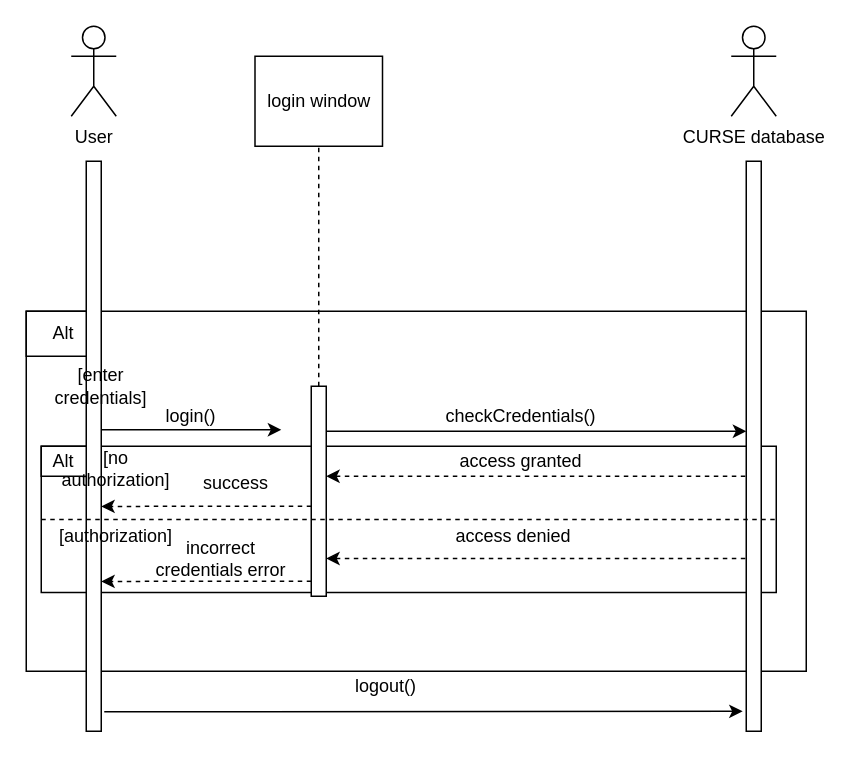
Earlier version of the draw.io diagram models/sequence_login_logout.drawio (stpilks99/APC-Assignment-5). Source tidied: cells renumbered, new cells numbered last; positions are measured from the earlier drawing's top-left corner, leaving out a move shared by most shapes. Both pictures are drawn from the tidied source at 150%, with x=0, y=0 at pixel (26, 26).
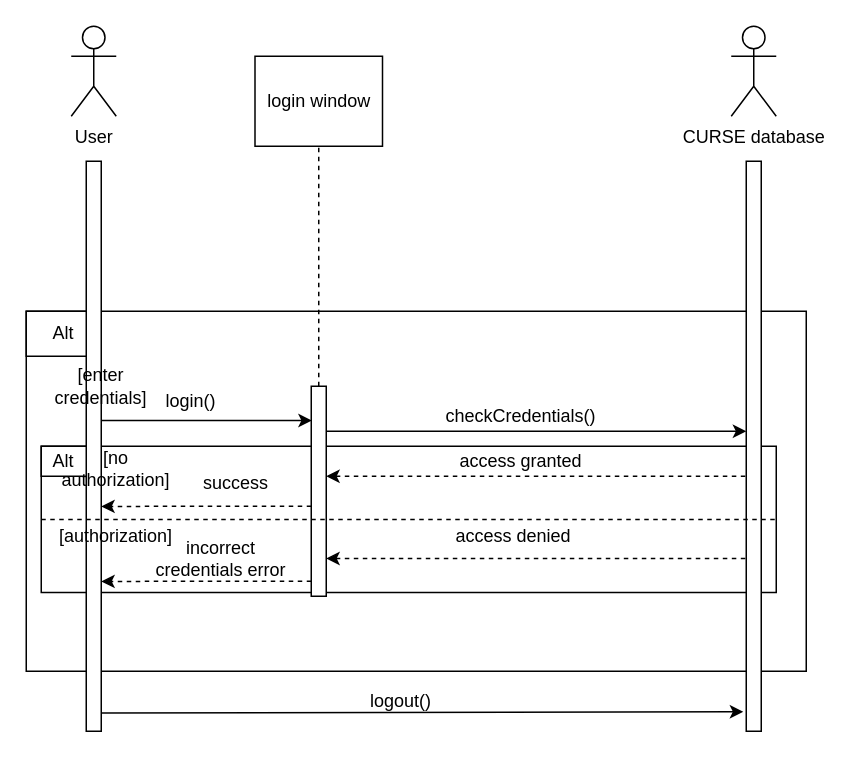
Above is the later version.

The change refers to these unchanged cells:
```xml
<mxCell id="13" style="rounded=0;whiteSpace=wrap;html=1;" parent="1" vertex="1">
  <mxGeometry x="480" y="90" width="10" height="380" as="geometry" />
</mxCell>
<mxCell id="16" style="rounded=0;whiteSpace=wrap;html=1;" parent="1" vertex="1">
  <mxGeometry x="190" y="240" width="10" height="140" as="geometry" />
</mxCell>
<mxCell id="17" style="rounded=0;whiteSpace=wrap;html=1;" parent="1" vertex="1">
  <mxGeometry x="40" y="90" width="10" height="380" as="geometry" />
</mxCell>
```

Change to the diagram source:
```diff
@@
-    <mxCell id="8" style="endArrow=classic;html=1;exitX=1.044;exitY=0.471;exitDx=0;exitDy=0;exitPerimeter=0;" parent="1" edge="1" source="17">
-      <mxGeometry relative="1" as="geometry">
-        <mxPoint x="170" y="269" as="targetPoint" />
-      </mxGeometry>
+    <mxCell id="8" style="endArrow=classic;html=1;exitX=1.002;exitY=0.455;exitDx=0;exitDy=0;exitPerimeter=0;entryX=0.037;entryY=0.163;entryDx=0;entryDy=0;entryPerimeter=0;" parent="1" edge="1" source="17" target="16">
+      <mxGeometry relative="1" as="geometry" />
     </mxCell>
     <mxCell id="9" value="login()" style="text;html=1;strokeColor=none;fillColor=none;align=center;verticalAlign=middle;whiteSpace=wrap;rounded=0;" parent="1" vertex="1">
-      <mxGeometry x="90" y="250" width="40" height="20" as="geometry" />
+      <mxGeometry x="90" y="240" width="40" height="20" as="geometry" />
     </mxCell>
@@
-    <mxCell id="29" style="endArrow=classic;html=1;entryX=-0.238;entryY=0.965;entryDx=0;entryDy=0;entryPerimeter=0;" parent="1" edge="1" target="13">
+    <mxCell id="29" style="endArrow=classic;html=1;exitX=1.028;exitY=0.968;exitDx=0;exitDy=0;exitPerimeter=0;" parent="1" edge="1" source="17">
       <mxGeometry relative="1" as="geometry">
-        <mxPoint x="52" y="457" as="sourcePoint" />
+        <mxPoint x="478" y="457" as="targetPoint" />
       </mxGeometry>
     </mxCell>
     <mxCell id="30" value="logout()" style="text;html=1;strokeColor=none;fillColor=none;align=center;verticalAlign=middle;whiteSpace=wrap;rounded=0;" parent="1" vertex="1">
-      <mxGeometry x="220" y="430" width="40" height="20" as="geometry" />
+      <mxGeometry x="230" y="440" width="40" height="20" as="geometry" />
     </mxCell>
```
